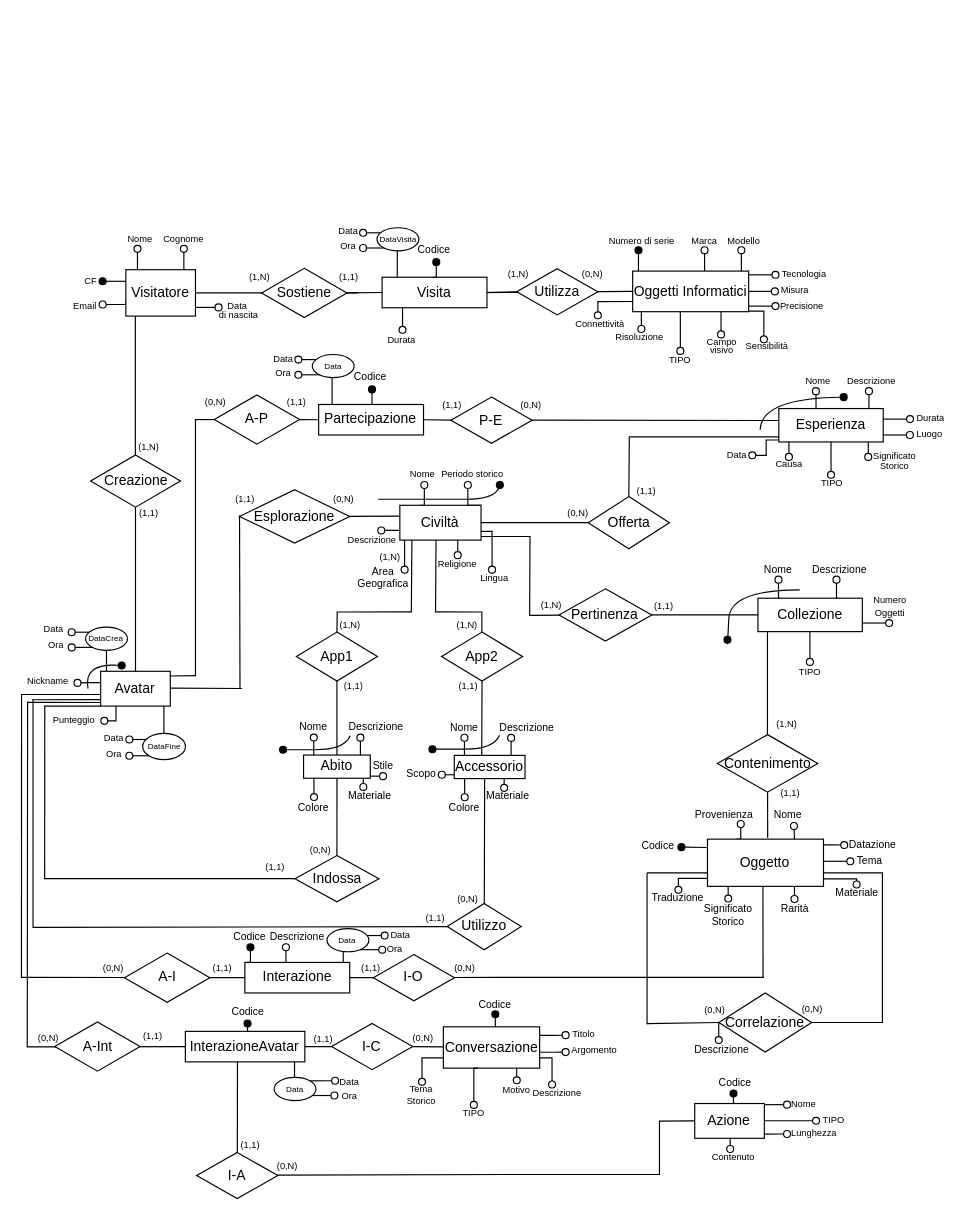
This is WP2/ER ristrutturato.drawio from pnocerino/BasiDiDati, a draw.io file, before an edit. Source tidied: cells renumbered, new cells numbered last; positions are measured from the earlier drawing's top-left corner, leaving out a move shared by most shapes. Both pictures are drawn from the tidied source at 116%, with x=0, y=0 at pixel (21, 28).
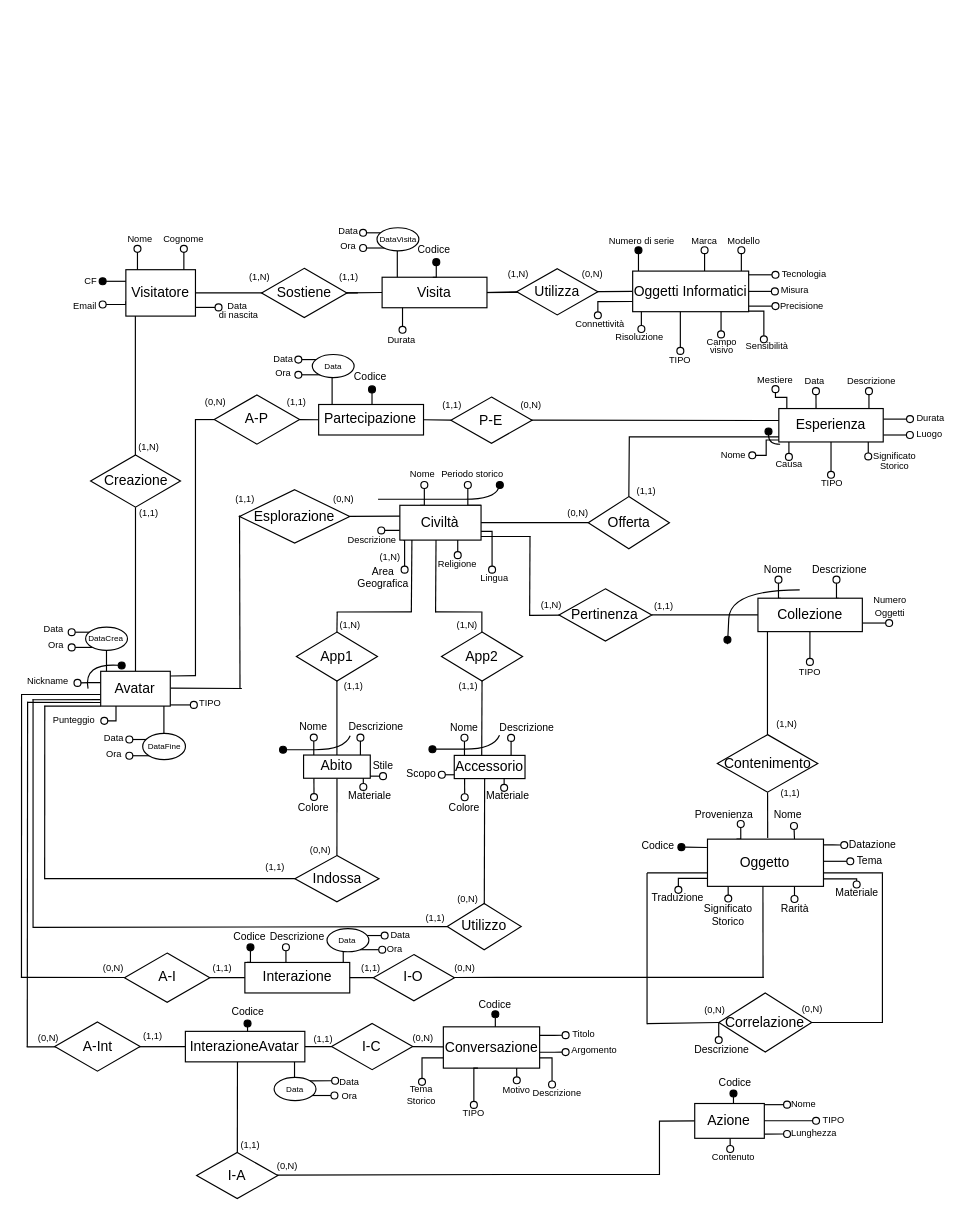
The same page after the edit.

Change to the diagram source:
```diff
@@
     <mxCell id="26" value="&lt;font style=&quot;font-size: 8px;&quot;&gt;Nome&lt;/font&gt;" style="text;html=1;align=center;verticalAlign=middle;whiteSpace=wrap;rounded=1;strokeColor=none;" parent="1" vertex="1">
-      <mxGeometry x="667.4" y="292.7" width="40" height="20" as="geometry" />
+      <mxGeometry x="594.1" y="356.5" width="40" height="20" as="geometry" />
     </mxCell>
@@
-    <mxCell id="95" style="curved=1;endArrow=oval;html=1;rounded=0;endFill=1;" parent="1" edge="1">
-      <mxGeometry relative="1" as="geometry">
-        <mxPoint x="636.8" y="345.9" as="sourcePoint" />
-        <mxPoint x="708.8" y="317.9" as="targetPoint" />
-        <Array as="points">
-          <mxPoint x="637.8" y="318.9" />
-        </Array>
-      </mxGeometry>
-    </mxCell>
@@
-    <mxCell id="148" value="Avatar" style="whiteSpace=wrap;html=1;align=center;" parent="1" vertex="1">
-      <mxGeometry x="68.3" y="554.2" width="60" height="30" as="geometry" />
-    </mxCell>
@@
     <mxCell id="246" value="&lt;font style=&quot;font-size: 8px;&quot;&gt;Data&lt;/font&gt;" style="text;html=1;align=center;verticalAlign=middle;whiteSpace=wrap;rounded=1;strokeColor=none;" parent="1" vertex="1">
-      <mxGeometry x="596.8" y="356.5" width="40" height="20" as="geometry" />
+      <mxGeometry x="663.5" y="292.7" width="40" height="20" as="geometry" />
     </mxCell>
     <mxCell id="247" style="edgeStyle=orthogonalEdgeStyle;rounded=0;orthogonalLoop=1;jettySize=auto;html=1;exitX=0.75;exitY=0;exitDx=0;exitDy=0;endArrow=oval;endFill=0;" parent="1" edge="1">
       <mxGeometry relative="1" as="geometry">
         <mxPoint x="728.6" y="352.7" as="sourcePoint" />
-        <mxPoint x="730" y="369.4" as="targetPoint" />
+        <mxPoint x="730" y="369" as="targetPoint" />
       </mxGeometry>
     </mxCell>
@@
+    <mxCell id="331" style="curved=1;endArrow=oval;html=1;rounded=0;endFill=1;" parent="1" edge="1">
+      <mxGeometry relative="1" as="geometry">
+        <mxPoint x="654" y="358.5" as="sourcePoint" />
+        <mxPoint x="644" y="347.5" as="targetPoint" />
+        <Array as="points">
+          <mxPoint x="644" y="358.5" />
+        </Array>
+      </mxGeometry>
+    </mxCell>
+    <mxCell id="332" style="edgeStyle=orthogonalEdgeStyle;rounded=0;orthogonalLoop=1;jettySize=auto;html=1;exitX=0;exitY=0.25;exitDx=0;exitDy=0;endArrow=oval;endFill=0;" parent="1" edge="1">
+      <mxGeometry relative="1" as="geometry">
+        <mxPoint x="128.3" y="583.2" as="sourcePoint" />
+        <mxPoint x="148.6" y="583.2" as="targetPoint" />
+        <Array as="points">
+          <mxPoint x="138.6" y="583.4" />
+        </Array>
+      </mxGeometry>
+    </mxCell>
+    <mxCell id="148" value="Avatar" style="whiteSpace=wrap;html=1;align=center;" parent="1" vertex="1">
+      <mxGeometry x="68.3" y="554.2" width="60" height="30" as="geometry" />
+    </mxCell>
+    <mxCell id="333" value="&lt;font style=&quot;font-size: 8px;&quot;&gt;TIPO&lt;/font&gt;" style="text;html=1;align=center;verticalAlign=middle;whiteSpace=wrap;rounded=1;strokeColor=none;glass=0;" parent="1" vertex="1">
+      <mxGeometry x="138" y="573.7" width="50" height="15" as="geometry" />
+    </mxCell>
+    <mxCell id="334" style="edgeStyle=orthogonalEdgeStyle;rounded=0;orthogonalLoop=1;jettySize=auto;html=1;exitX=0.25;exitY=0;exitDx=0;exitDy=0;endArrow=oval;endFill=0;" parent="1" edge="1">
+      <mxGeometry relative="1" as="geometry">
+        <mxPoint x="659.8" y="327.7" as="sourcePoint" />
+        <mxPoint x="650" y="311" as="targetPoint" />
+        <Array as="points">
+          <mxPoint x="660" y="318" />
+          <mxPoint x="650" y="318" />
+        </Array>
+      </mxGeometry>
+    </mxCell>
+    <mxCell id="335" value="&lt;font style=&quot;font-size: 8px;&quot;&gt;Mestiere&lt;/font&gt;" style="text;html=1;align=center;verticalAlign=middle;whiteSpace=wrap;rounded=1;strokeColor=none;" parent="1" vertex="1">
+      <mxGeometry x="629.9" y="291.5" width="40" height="20" as="geometry" />
+    </mxCell>
```
